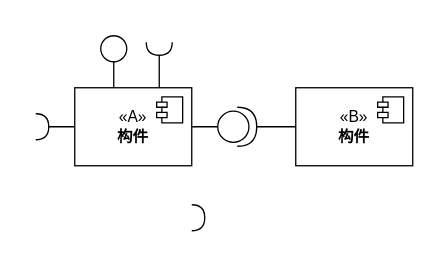
Before: MXX-EXAMPLE-ATOMIC.drawio in WFUing/GRADUATION, a draw.io diagram. Source tidied: cells renumbered, new cells numbered last; positions are measured from the earlier drawing's top-left corner, leaving out a move shared by most shapes. Both pictures are drawn from the tidied source at 130%, with x=0, y=0 at pixel (35, 35).
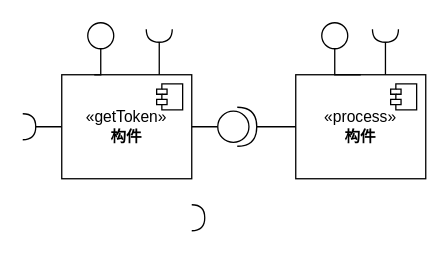
The same page after the edit.

What changed in the source:
```diff
@@
-    <mxCell id="4" value="«A»&lt;br&gt;&lt;b&gt;构件&lt;/b&gt;" style="html=1;whiteSpace=wrap;" parent="1" vertex="1">
-      <mxGeometry x="30" y="40" width="90" height="60" as="geometry" />
+    <mxCell id="4" value="«getToken»&lt;br&gt;&lt;b&gt;构件&lt;/b&gt;" style="html=1;whiteSpace=wrap;" parent="1" vertex="1">
+      <mxGeometry x="20" y="30" width="100" height="80" as="geometry" />
     </mxCell>
@@
-    <mxCell id="8" value="«B»&lt;br&gt;&lt;b&gt;构件&lt;/b&gt;" style="html=1;whiteSpace=wrap;" parent="1" vertex="1">
-      <mxGeometry x="200" y="40" width="90" height="60" as="geometry" />
+    <mxCell id="8" value="«process»&lt;br&gt;&lt;b&gt;构件&lt;/b&gt;" style="html=1;whiteSpace=wrap;" parent="1" vertex="1">
+      <mxGeometry x="200" y="30" width="100" height="80" as="geometry" />
     </mxCell>
@@
     <mxCell id="11" style="shape=requiredInterface;html=1;verticalLabelPosition=bottom;sketch=0;" parent="1" vertex="1">
-      <mxGeometry y="60" width="10" height="20" as="geometry" />
+      <mxGeometry x="-10" y="60" width="10" height="20" as="geometry" />
     </mxCell>
-    <mxCell id="12" style="edgeStyle=orthogonalEdgeStyle;rounded=0;jettySize=auto;html=1;endArrow=none;endFill=0;" parent="1" edge="1" source="13">
+    <mxCell id="12" style="edgeStyle=orthogonalEdgeStyle;rounded=0;jettySize=auto;html=1;endArrow=none;endFill=0;entryX=0.25;entryY=0;entryDx=0;entryDy=0;" parent="1" edge="1" source="13" target="4">
       <mxGeometry relative="1" as="geometry">
-        <mxPoint x="60" y="40" as="targetPoint" />
+        <Array as="points">
+          <mxPoint x="50" y="30" />
+        </Array>
       </mxGeometry>
     </mxCell>
     <mxCell id="13" style="ellipse;" parent="1" vertex="1">
-      <mxGeometry x="50" width="20" height="20" as="geometry" />
+      <mxGeometry x="40" y="-10" width="20" height="20" as="geometry" />
     </mxCell>
-    <mxCell id="14" style="edgeStyle=orthogonalEdgeStyle;rounded=0;jettySize=auto;html=1;entryX=0.611;entryY=0;entryDx=0;entryDy=0;entryPerimeter=0;endArrow=none;endFill=0;" parent="1" edge="1" source="15">
-      <mxGeometry relative="1" as="geometry">
-        <mxPoint x="95" y="40" as="targetPoint" />
-      </mxGeometry>
+    <mxCell id="14" style="edgeStyle=orthogonalEdgeStyle;rounded=0;jettySize=auto;html=1;entryX=0.75;entryY=0;entryDx=0;entryDy=0;endArrow=none;endFill=0;" parent="1" edge="1" source="15" target="4">
+      <mxGeometry relative="1" as="geometry" />
     </mxCell>
     <mxCell id="15" style="shape=requiredInterface;html=1;verticalLabelPosition=bottom;sketch=0;rotation=90;" parent="1" vertex="1">
-      <mxGeometry x="90" width="10" height="20" as="geometry" />
+      <mxGeometry x="90" y="-10" width="10" height="20" as="geometry" />
     </mxCell>
+    <mxCell id="16" style="edgeStyle=orthogonalEdgeStyle;rounded=0;jettySize=auto;html=1;endArrow=none;endFill=0;" parent="1" edge="1" source="17" target="8">
+      <mxGeometry relative="1" as="geometry" />
+    </mxCell>
+    <mxCell id="17" style="ellipse;" parent="1" vertex="1">
+      <mxGeometry x="220" y="-10" width="20" height="20" as="geometry" />
+    </mxCell>
+    <mxCell id="18" style="edgeStyle=orthogonalEdgeStyle;rounded=0;jettySize=auto;html=1;endArrow=none;endFill=0;" parent="1" edge="1" source="19" target="8">
+      <mxGeometry relative="1" as="geometry">
+        <Array as="points">
+          <mxPoint x="260" y="30" />
+          <mxPoint x="260" y="30" />
+        </Array>
+      </mxGeometry>
+    </mxCell>
+    <mxCell id="19" style="shape=requiredInterface;html=1;verticalLabelPosition=bottom;sketch=0;rotation=90;" parent="1" vertex="1">
+      <mxGeometry x="264" y="-10" width="10" height="20" as="geometry" />
+    </mxCell>
```
